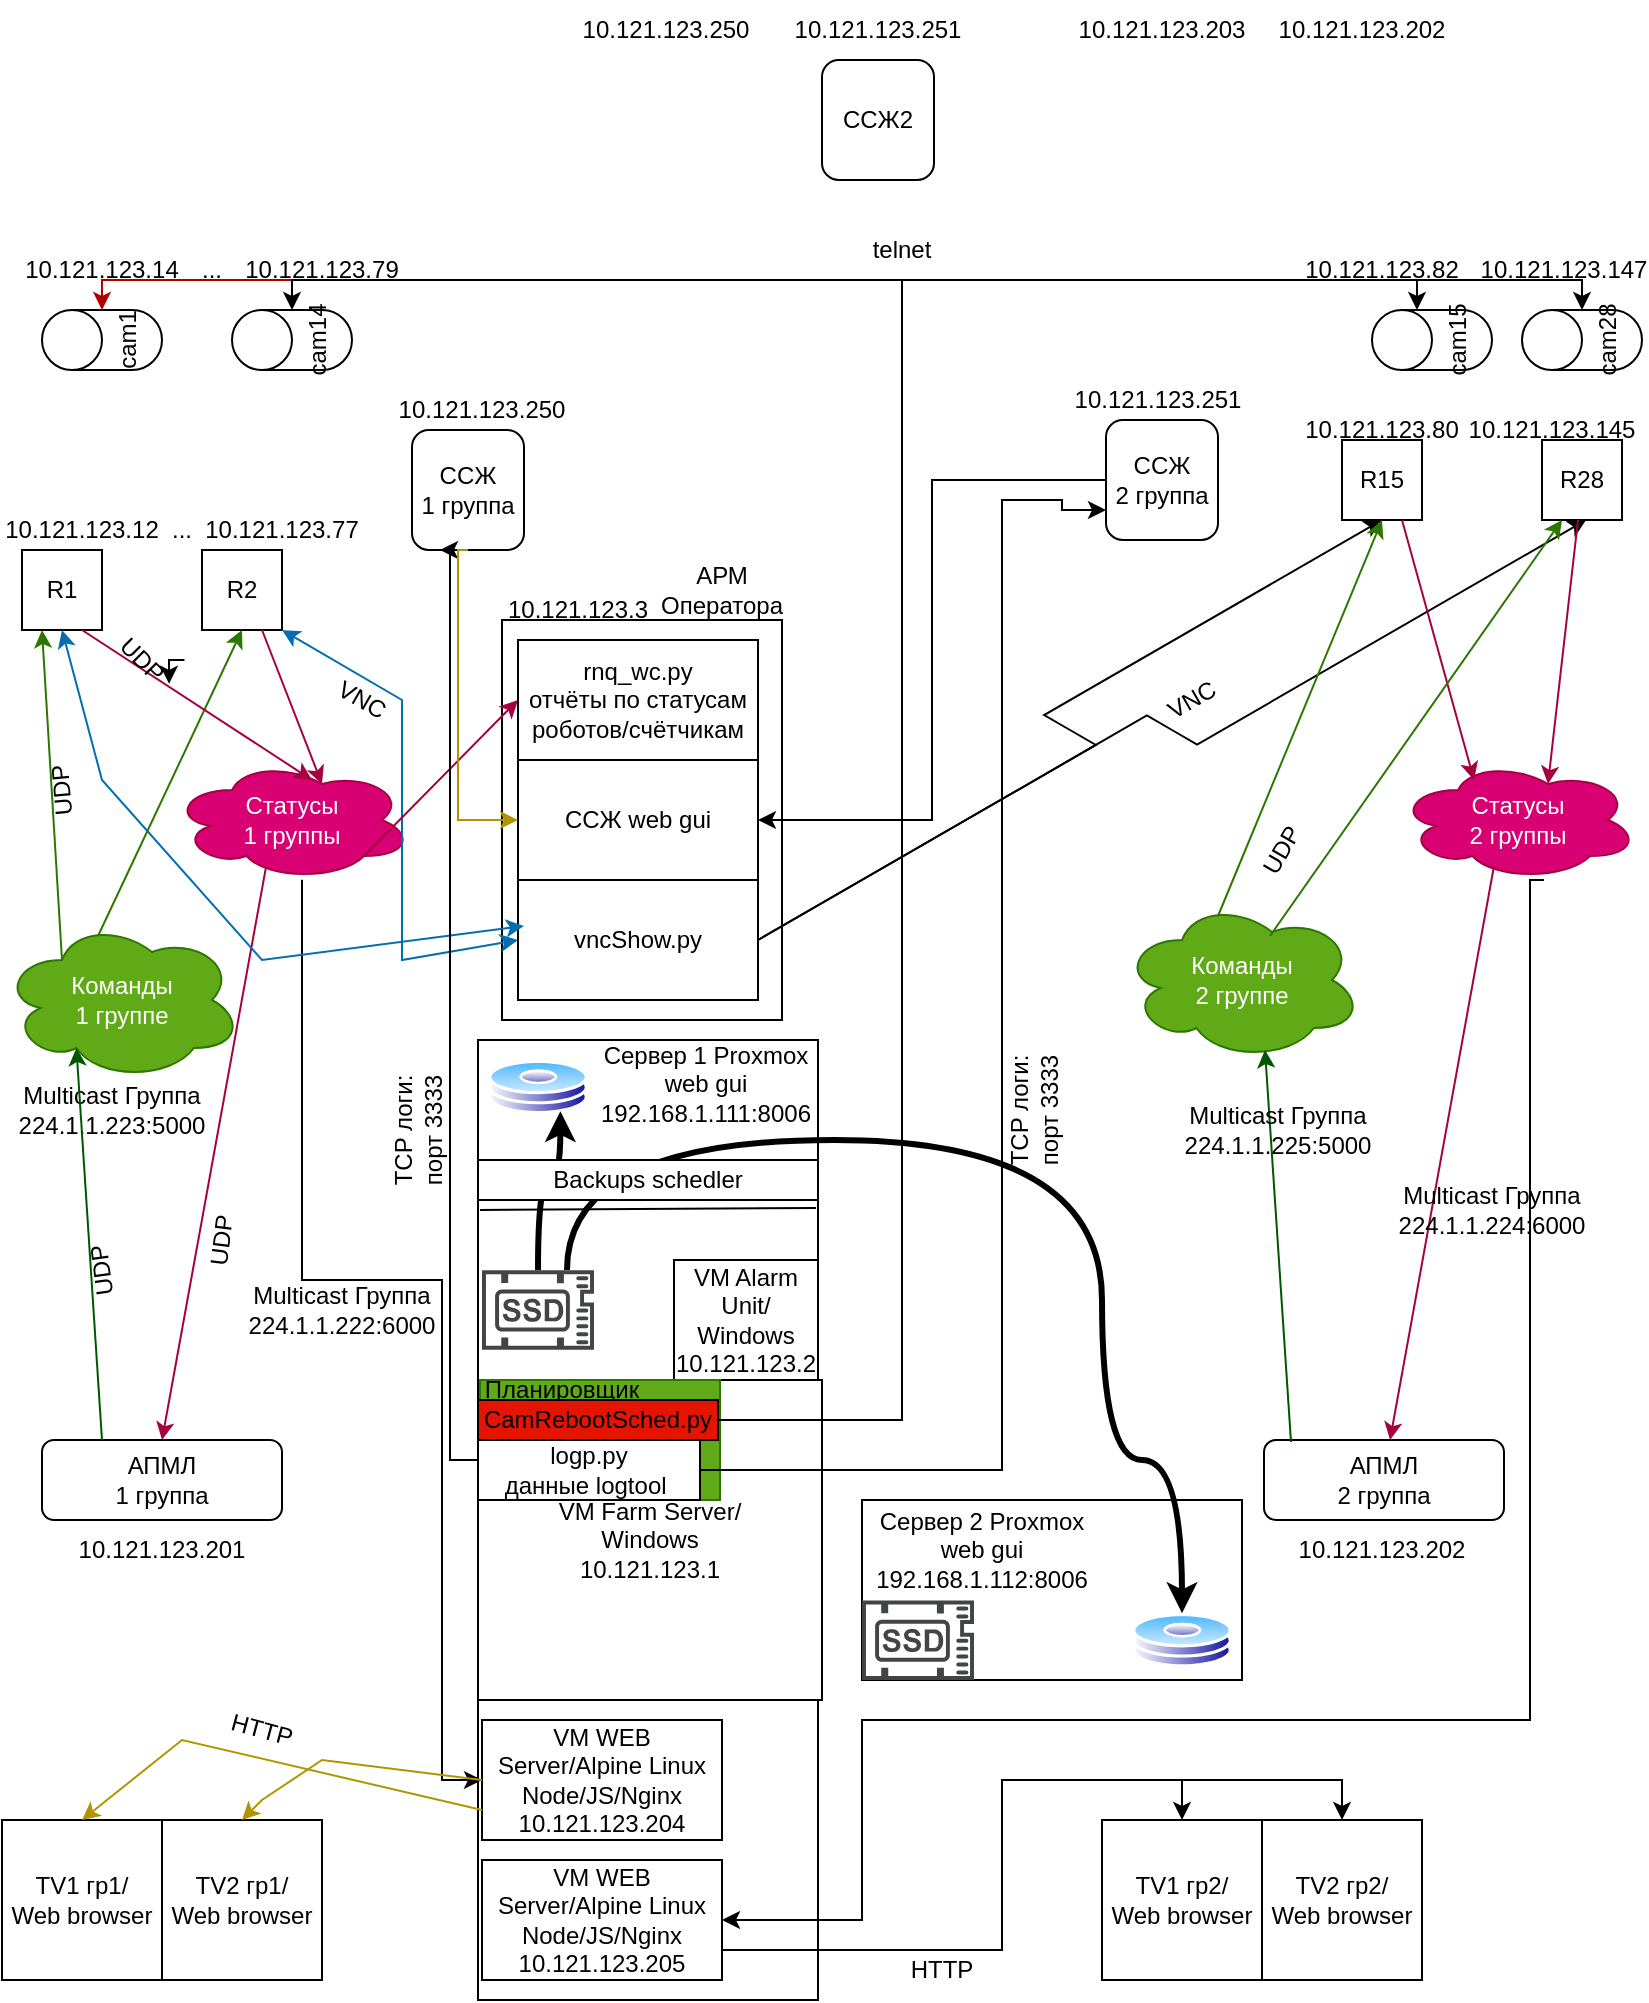
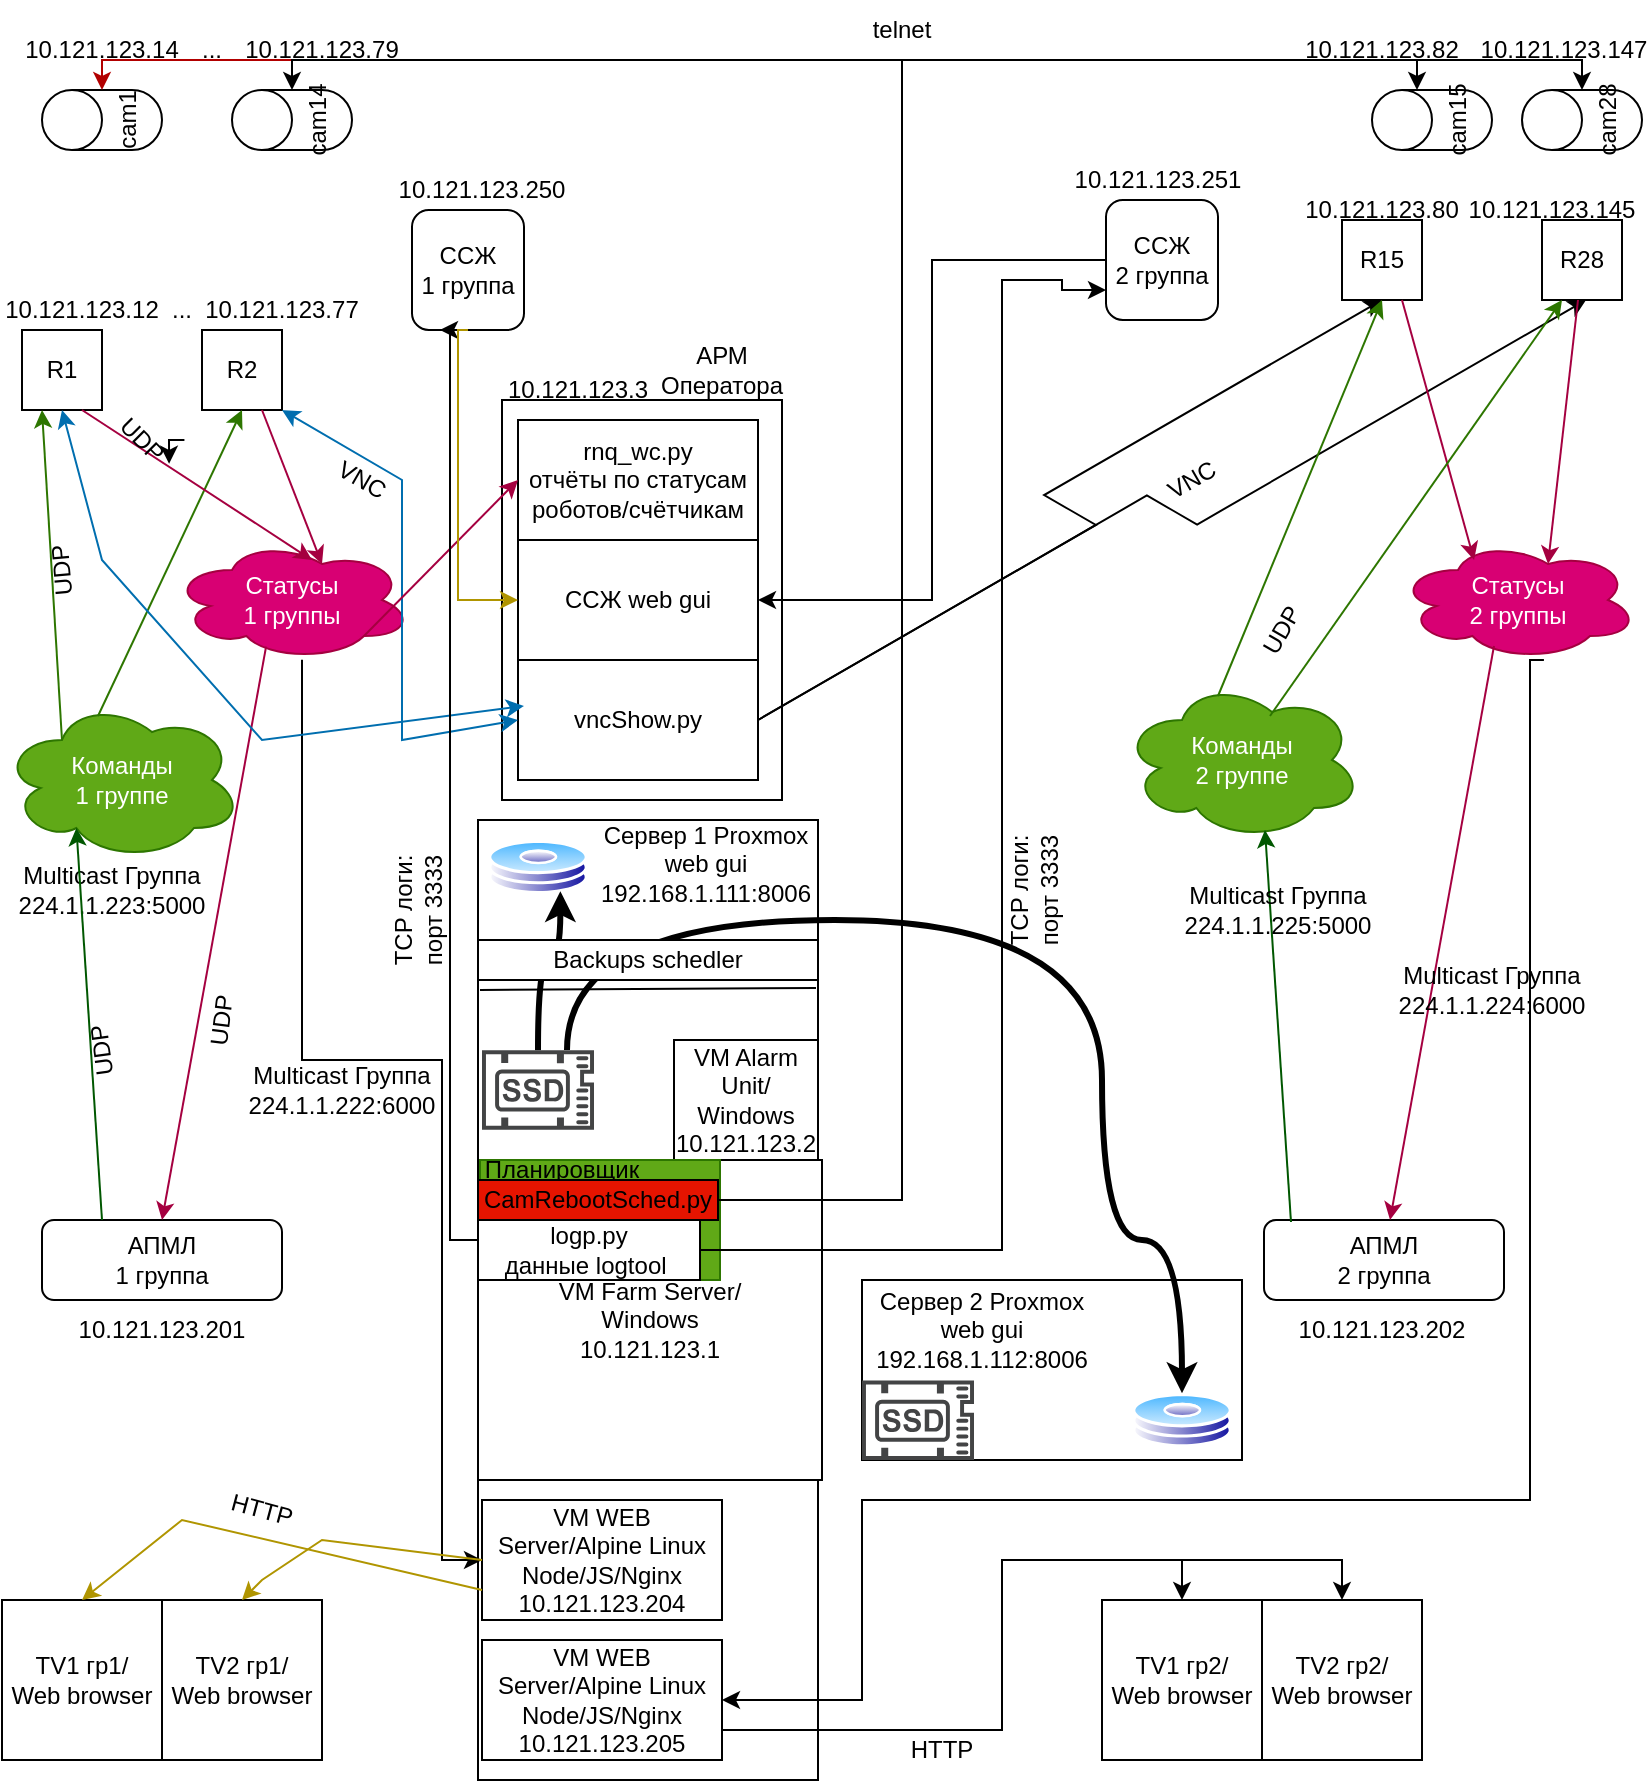
<mxfile host="app.diagrams.net" agent="Mozilla/5.0 (Macintosh; Intel Mac OS X 10_15_7) AppleWebKit/605.1.15 (KHTML, like Gecko) Version/18.4 Safari/605.1.15">
  <diagram name="Common" id="kNre07OXL5QUW6hjHVb_">
-     <mxGraphModel dx="1248" dy="847" grid="1" gridSize="10" guides="1" tooltips="1" connect="1" arrows="1" fold="1" page="1" pageScale="1" pageWidth="827" pageHeight="1169" math="0" shadow="0">
+     <mxGraphModel dx="1783" dy="1210" grid="1" gridSize="10" guides="1" tooltips="1" connect="1" arrows="1" fold="1" page="1" pageScale="1" pageWidth="827" pageHeight="1169" math="0" shadow="0">
      <root>
        <mxCell id="0" />
        <mxCell id="1" parent="0" />
        <mxCell id="9Vli-bCbQJat1Q8ghpv_-9" parent="1" style="rounded=0;whiteSpace=wrap;html=1;" value="" vertex="1">
          <mxGeometry height="480" width="170" x="238" y="580" as="geometry" />
        </mxCell>
        <mxCell id="9Vli-bCbQJat1Q8ghpv_-1" parent="1" style="rounded=0;whiteSpace=wrap;html=1;" value="R1" vertex="1">
          <mxGeometry height="40" width="40" x="10" y="335" as="geometry" />
        </mxCell>
        <mxCell id="9Vli-bCbQJat1Q8ghpv_-2" parent="1" style="rounded=0;whiteSpace=wrap;html=1;" value="R2" vertex="1">
          <mxGeometry height="40" width="40" x="100" y="335" as="geometry" />
        </mxCell>
        <mxCell id="9Vli-bCbQJat1Q8ghpv_-3" parent="1" style="rounded=1;whiteSpace=wrap;html=1;" value="АПМЛ&lt;div&gt;1 группа&lt;/div&gt;" vertex="1">
          <mxGeometry height="40" width="120" x="20" y="780" as="geometry" />
        </mxCell>
        <mxCell id="MIcNWfqu2G7UR8mHNEVn-12" edge="1" parent="1" source="9Vli-bCbQJat1Q8ghpv_-6" style="edgeStyle=orthogonalEdgeStyle;rounded=0;orthogonalLoop=1;jettySize=auto;html=1;entryX=0;entryY=0.5;entryDx=0;entryDy=0;fontColor=light-dark(#000000,#FF00FF);strokeColor=light-dark(#000000,#FFA9E0);" target="9Vli-bCbQJat1Q8ghpv_-14">
          <mxGeometry relative="1" as="geometry">
            <Array as="points">
              <mxPoint x="150" y="700" />
              <mxPoint x="220" y="700" />
              <mxPoint x="220" y="950" />
            </Array>
          </mxGeometry>
        </mxCell>
        <mxCell id="9Vli-bCbQJat1Q8ghpv_-6" parent="1" style="ellipse;shape=cloud;whiteSpace=wrap;html=1;fillColor=#d80073;fontColor=#ffffff;strokeColor=#A50040;" value="Статусы&lt;div&gt;1 группы&lt;/div&gt;" vertex="1">
          <mxGeometry height="60" width="120" x="85" y="440" as="geometry" />
        </mxCell>
        <mxCell id="9Vli-bCbQJat1Q8ghpv_-7" parent="1" style="ellipse;shape=cloud;whiteSpace=wrap;html=1;fillColor=#60a917;fontColor=#ffffff;strokeColor=#2D7600;" value="Команды&lt;div&gt;1 группе&lt;/div&gt;" vertex="1">
          <mxGeometry height="80" width="120" y="520" as="geometry" />
        </mxCell>
        <mxCell id="9Vli-bCbQJat1Q8ghpv_-8" parent="1" style="rounded=1;whiteSpace=wrap;html=1;" value="ССЖ&lt;div&gt;1 группа&lt;/div&gt;" vertex="1">
          <mxGeometry height="60" width="56" x="205" y="275" as="geometry" />
        </mxCell>
        <mxCell id="9Vli-bCbQJat1Q8ghpv_-10" parent="1" style="whiteSpace=wrap;html=1;aspect=fixed;" value="TV2 гр1/&lt;div&gt;Web browser&lt;/div&gt;" vertex="1">
          <mxGeometry height="80" width="80" x="80" y="970" as="geometry" />
        </mxCell>
        <mxCell id="9Vli-bCbQJat1Q8ghpv_-11" edge="1" parent="1" source="9Vli-bCbQJat1Q8ghpv_-2" style="endArrow=classic;html=1;rounded=0;entryX=0.625;entryY=0.2;entryDx=0;entryDy=0;entryPerimeter=0;exitX=0.75;exitY=1;exitDx=0;exitDy=0;fillColor=#d80073;strokeColor=#A50040;" target="9Vli-bCbQJat1Q8ghpv_-6" value="">
          <mxGeometry height="50" relative="1" width="50" as="geometry">
            <mxPoint x="192.5" y="270" as="sourcePoint" />
            <mxPoint x="440" y="450" as="targetPoint" />
          </mxGeometry>
        </mxCell>
        <mxCell id="9Vli-bCbQJat1Q8ghpv_-12" edge="1" parent="1" source="9Vli-bCbQJat1Q8ghpv_-7" style="endArrow=classic;html=1;rounded=0;entryX=0.25;entryY=1;entryDx=0;entryDy=0;exitX=0.25;exitY=0.25;exitDx=0;exitDy=0;exitPerimeter=0;fillColor=#60a917;strokeColor=#2D7600;" target="9Vli-bCbQJat1Q8ghpv_-1" value="">
          <mxGeometry height="50" relative="1" width="50" as="geometry">
            <mxPoint x="390" y="500" as="sourcePoint" />
            <mxPoint x="120" y="270" as="targetPoint" />
          </mxGeometry>
        </mxCell>
        <mxCell id="9Vli-bCbQJat1Q8ghpv_-13" edge="1" parent="1" source="9Vli-bCbQJat1Q8ghpv_-6" style="endArrow=classic;html=1;rounded=0;entryX=0.5;entryY=0;entryDx=0;entryDy=0;exitX=0.392;exitY=0.888;exitDx=0;exitDy=0;exitPerimeter=0;fillColor=#d80073;strokeColor=#A50040;" target="9Vli-bCbQJat1Q8ghpv_-3" value="">
          <mxGeometry height="50" relative="1" width="50" as="geometry">
            <mxPoint x="390" y="500" as="sourcePoint" />
            <mxPoint x="440" y="450" as="targetPoint" />
          </mxGeometry>
        </mxCell>
        <mxCell id="9Vli-bCbQJat1Q8ghpv_-14" parent="1" style="rounded=0;whiteSpace=wrap;html=1;" value="VM WEB&lt;div&gt;Server/Alpine Linux&lt;/div&gt;&lt;div&gt;&lt;div&gt;Node/JS/Nginx&lt;/div&gt;&lt;/div&gt;&lt;div&gt;10.121.123.204&lt;/div&gt;" vertex="1">
          <mxGeometry height="60" width="120" x="240" y="920" as="geometry" />
        </mxCell>
        <mxCell id="9Vli-bCbQJat1Q8ghpv_-15" parent="1" style="rounded=0;whiteSpace=wrap;html=1;" value="VM Alarm Unit/&lt;div&gt;Windows&lt;/div&gt;&lt;div&gt;10.121.123.2&lt;/div&gt;" vertex="1">
          <mxGeometry height="60" width="72" x="336" y="690" as="geometry" />
        </mxCell>
        <mxCell id="9Vli-bCbQJat1Q8ghpv_-16" parent="1" style="rounded=0;whiteSpace=wrap;html=1;fillColor=light-dark(#FFFFFF,#FF0000);" value="VM Farm Server/&lt;div&gt;Windows&lt;/div&gt;&lt;div&gt;10.121.123.1&lt;/div&gt;" vertex="1">
          <mxGeometry height="160" width="172" x="238" y="750" as="geometry" />
        </mxCell>
        <mxCell id="9Vli-bCbQJat1Q8ghpv_-17" parent="1" style="text;html=1;whiteSpace=wrap;strokeColor=none;fillColor=none;align=center;verticalAlign=middle;rounded=0;" value="Сервер 1 Proxmox web gui&lt;div&gt;192.168.1.111:8006&lt;/div&gt;" vertex="1">
          <mxGeometry height="30" width="100" x="302" y="587" as="geometry" />
        </mxCell>
        <mxCell id="9Vli-bCbQJat1Q8ghpv_-18" parent="1" style="rounded=0;whiteSpace=wrap;html=1;fillColor=light-dark(#FFFFFF,#999900);" value="" vertex="1">
          <mxGeometry height="200" width="140" x="250" y="370" as="geometry" />
        </mxCell>
        <mxCell id="9Vli-bCbQJat1Q8ghpv_-19" parent="1" style="text;html=1;whiteSpace=wrap;strokeColor=none;fillColor=none;align=center;verticalAlign=middle;rounded=0;" value="АРМ Оператора" vertex="1">
          <mxGeometry height="30" width="60" x="330" y="340" as="geometry" />
        </mxCell>
        <mxCell id="9Vli-bCbQJat1Q8ghpv_-20" parent="1" style="rounded=0;whiteSpace=wrap;html=1;" value="rnq_wc.py&lt;div&gt;отчёты по статусам роботов/счётчикам&lt;/div&gt;" vertex="1">
          <mxGeometry height="60" width="120" x="258" y="380" as="geometry" />
        </mxCell>
        <mxCell id="MIcNWfqu2G7UR8mHNEVn-50" edge="1" parent="1" source="9Vli-bCbQJat1Q8ghpv_-25" style="edgeStyle=isometricEdgeStyle;rounded=0;orthogonalLoop=1;jettySize=auto;html=1;entryX=0.5;entryY=1;entryDx=0;entryDy=0;exitX=1;exitY=0.5;exitDx=0;exitDy=0;strokeColor=light-dark(#000000,#51AFE7);" target="MIcNWfqu2G7UR8mHNEVn-15">
          <mxGeometry relative="1" as="geometry" />
        </mxCell>
        <mxCell id="MIcNWfqu2G7UR8mHNEVn-51" edge="1" parent="1" source="9Vli-bCbQJat1Q8ghpv_-25" style="edgeStyle=isometricEdgeStyle;rounded=0;orthogonalLoop=1;jettySize=auto;html=1;exitX=1;exitY=0.5;exitDx=0;exitDy=0;strokeColor=light-dark(#000000,#51AFE7);">
          <mxGeometry relative="1" as="geometry">
            <mxPoint x="792" y="320" as="targetPoint" />
          </mxGeometry>
        </mxCell>
        <mxCell id="9Vli-bCbQJat1Q8ghpv_-25" parent="1" style="rounded=0;whiteSpace=wrap;html=1;" value="vncShow.py" vertex="1">
          <mxGeometry height="60" width="120" x="258" y="500" as="geometry" />
        </mxCell>
        <mxCell id="9Vli-bCbQJat1Q8ghpv_-26" edge="1" parent="1" source="9Vli-bCbQJat1Q8ghpv_-25" style="endArrow=classic;startArrow=classic;html=1;rounded=0;exitX=0;exitY=0.5;exitDx=0;exitDy=0;fillColor=#1ba1e2;strokeColor=#006EAF;entryX=1;entryY=1;entryDx=0;entryDy=0;" target="9Vli-bCbQJat1Q8ghpv_-2" value="">
          <mxGeometry height="50" relative="1" width="50" as="geometry">
            <Array as="points">
              <mxPoint x="200" y="540" />
              <mxPoint x="200" y="410" />
            </Array>
            <mxPoint x="390" y="500" as="sourcePoint" />
            <mxPoint x="210" y="120" as="targetPoint" />
          </mxGeometry>
        </mxCell>
        <mxCell id="9Vli-bCbQJat1Q8ghpv_-27" parent="1" style="text;html=1;whiteSpace=wrap;strokeColor=none;fillColor=none;align=center;verticalAlign=middle;rounded=0;rotation=30;fontColor=light-dark(#000000,#51AFE7);" value="VNC" vertex="1">
          <mxGeometry height="30" width="60" x="150" y="395" as="geometry" />
        </mxCell>
        <mxCell id="9Vli-bCbQJat1Q8ghpv_-29" parent="1" style="text;html=1;whiteSpace=wrap;strokeColor=none;fillColor=none;align=center;verticalAlign=middle;rounded=0;fontColor=light-dark(#000000,#4A890C);" value="Multicast Группа 224.1.1.223:5000" vertex="1">
          <mxGeometry height="30" width="60" x="25" y="600" as="geometry" />
        </mxCell>
        <mxCell id="9Vli-bCbQJat1Q8ghpv_-32" parent="1" style="rounded=0;whiteSpace=wrap;html=1;" value="ССЖ web gui" vertex="1">
          <mxGeometry height="60" width="120" x="258" y="440" as="geometry" />
        </mxCell>
        <mxCell id="9Vli-bCbQJat1Q8ghpv_-33" edge="1" parent="1" source="9Vli-bCbQJat1Q8ghpv_-6" style="endArrow=classic;html=1;rounded=0;exitX=0.8;exitY=0.8;exitDx=0;exitDy=0;exitPerimeter=0;entryX=0;entryY=0.5;entryDx=0;entryDy=0;fillColor=#d80073;strokeColor=#A50040;" target="9Vli-bCbQJat1Q8ghpv_-20" value="">
          <mxGeometry height="50" relative="1" width="50" as="geometry">
            <mxPoint x="390" y="530" as="sourcePoint" />
            <mxPoint x="440" y="480" as="targetPoint" />
          </mxGeometry>
        </mxCell>
        <mxCell id="9Vli-bCbQJat1Q8ghpv_-34" edge="1" parent="1" source="9Vli-bCbQJat1Q8ghpv_-3" style="endArrow=classic;html=1;rounded=0;exitX=0.25;exitY=0;exitDx=0;exitDy=0;entryX=0.31;entryY=0.8;entryDx=0;entryDy=0;entryPerimeter=0;fillColor=#008a00;strokeColor=#005700;" target="9Vli-bCbQJat1Q8ghpv_-7" value="">
          <mxGeometry height="50" relative="1" width="50" as="geometry">
            <mxPoint x="390" y="530" as="sourcePoint" />
            <mxPoint x="440" y="480" as="targetPoint" />
          </mxGeometry>
        </mxCell>
        <mxCell id="9Vli-bCbQJat1Q8ghpv_-35" parent="1" style="shape=cylinder3;whiteSpace=wrap;html=1;boundedLbl=1;backgroundOutline=1;size=15;rotation=-90;" value="cam1" vertex="1">
          <mxGeometry height="60" width="30" x="35" y="200" as="geometry" />
        </mxCell>
        <mxCell id="9Vli-bCbQJat1Q8ghpv_-36" parent="1" style="shape=cylinder3;whiteSpace=wrap;html=1;boundedLbl=1;backgroundOutline=1;size=15;rotation=-90;" value="cam14" vertex="1">
          <mxGeometry height="60" width="30" x="130" y="200" as="geometry" />
        </mxCell>
        <mxCell id="9Vli-bCbQJat1Q8ghpv_-39" edge="1" parent="1" source="9Vli-bCbQJat1Q8ghpv_-7" style="endArrow=classic;html=1;rounded=0;exitX=0.4;exitY=0.1;exitDx=0;exitDy=0;exitPerimeter=0;entryX=0.5;entryY=1;entryDx=0;entryDy=0;fillColor=#60a917;strokeColor=#2D7600;" target="9Vli-bCbQJat1Q8ghpv_-2" value="">
          <mxGeometry height="50" relative="1" width="50" as="geometry">
            <mxPoint x="390" y="400" as="sourcePoint" />
            <mxPoint x="440" y="350" as="targetPoint" />
          </mxGeometry>
        </mxCell>
        <mxCell id="9Vli-bCbQJat1Q8ghpv_-40" edge="1" parent="1" source="9Vli-bCbQJat1Q8ghpv_-1" style="endArrow=classic;html=1;rounded=0;entryX=0.75;entryY=1;entryDx=0;entryDy=0;fillColor=#d80073;strokeColor=#A50040;exitX=0.75;exitY=1;exitDx=0;exitDy=0;" value="">
          <mxGeometry height="50" relative="1" width="50" as="geometry">
            <mxPoint x="150" y="120" as="sourcePoint" />
            <mxPoint x="155" y="450" as="targetPoint" />
          </mxGeometry>
        </mxCell>
        <mxCell id="9Vli-bCbQJat1Q8ghpv_-41" edge="1" parent="1" source="9Vli-bCbQJat1Q8ghpv_-25" style="endArrow=classic;startArrow=classic;html=1;rounded=0;exitX=0.025;exitY=0.383;exitDx=0;exitDy=0;exitPerimeter=0;fillColor=#1ba1e2;strokeColor=#006EAF;entryX=0.5;entryY=1;entryDx=0;entryDy=0;" target="9Vli-bCbQJat1Q8ghpv_-1" value="">
          <mxGeometry height="50" relative="1" width="50" as="geometry">
            <Array as="points">
              <mxPoint x="130" y="540" />
              <mxPoint x="50" y="450" />
            </Array>
            <mxPoint x="170" y="670" as="sourcePoint" />
            <mxPoint x="140" y="120" as="targetPoint" />
          </mxGeometry>
        </mxCell>
        <mxCell id="9Vli-bCbQJat1Q8ghpv_-45" parent="1" style="text;html=1;whiteSpace=wrap;strokeColor=none;fillColor=none;align=center;verticalAlign=middle;rounded=0;rotation=0;fontColor=light-dark(#000000,#FFACAC);" value="telnet" vertex="1">
          <mxGeometry height="30" width="60" x="420" y="170" as="geometry" />
        </mxCell>
        <mxCell id="9Vli-bCbQJat1Q8ghpv_-50" edge="1" parent="1" source="9Vli-bCbQJat1Q8ghpv_-14" style="endArrow=classic;html=1;rounded=0;exitX=0;exitY=0.5;exitDx=0;exitDy=0;entryX=0.5;entryY=0;entryDx=0;entryDy=0;fillColor=#e3c800;strokeColor=#B09500;" target="9Vli-bCbQJat1Q8ghpv_-10" value="">
          <mxGeometry height="50" relative="1" width="50" as="geometry">
            <Array as="points">
              <mxPoint x="160" y="940" />
              <mxPoint x="130" y="960" />
            </Array>
            <mxPoint x="390" y="460" as="sourcePoint" />
            <mxPoint x="440" y="410" as="targetPoint" />
          </mxGeometry>
        </mxCell>
        <mxCell id="9Vli-bCbQJat1Q8ghpv_-53" parent="1" style="text;html=1;whiteSpace=wrap;strokeColor=none;fillColor=none;align=center;verticalAlign=middle;rounded=0;rotation=-90;" value="TCP логи: порт 3333" vertex="1">
          <mxGeometry height="30" width="60" x="178" y="610" as="geometry" />
        </mxCell>
        <mxCell id="pDRP3hoOsNH6IqBBJrl4-1" parent="1" style="text;html=1;whiteSpace=wrap;strokeColor=none;fillColor=none;align=center;verticalAlign=middle;rounded=0;" value="10.121.123.3" vertex="1">
          <mxGeometry height="30" width="60" x="258" y="350" as="geometry" />
        </mxCell>
        <mxCell id="pDRP3hoOsNH6IqBBJrl4-2" parent="1" style="text;html=1;whiteSpace=wrap;strokeColor=none;fillColor=none;align=center;verticalAlign=middle;rounded=0;" value="10.121.123.201" vertex="1">
          <mxGeometry height="30" width="60" x="50" y="820" as="geometry" />
        </mxCell>
        <mxCell id="pDRP3hoOsNH6IqBBJrl4-3" parent="1" style="text;html=1;whiteSpace=wrap;strokeColor=none;fillColor=none;align=center;verticalAlign=middle;rounded=0;" value="10.121.123.12" vertex="1">
          <mxGeometry height="30" width="60" x="10" y="310" as="geometry" />
        </mxCell>
        <mxCell id="pDRP3hoOsNH6IqBBJrl4-4" parent="1" style="text;html=1;whiteSpace=wrap;strokeColor=none;fillColor=none;align=center;verticalAlign=middle;rounded=0;" value="10.121.123.77" vertex="1">
          <mxGeometry height="30" width="60" x="110" y="310" as="geometry" />
        </mxCell>
        <mxCell id="pDRP3hoOsNH6IqBBJrl4-5" parent="1" style="text;html=1;whiteSpace=wrap;strokeColor=none;fillColor=none;align=center;verticalAlign=middle;rounded=0;" value="10.121.123.14" vertex="1">
          <mxGeometry height="30" width="60" x="20" y="180" as="geometry" />
        </mxCell>
-         <mxCell id="pDRP3hoOsNH6IqBBJrl4-7" parent="1" style="text;html=1;whiteSpace=wrap;strokeColor=none;fillColor=none;align=center;verticalAlign=middle;rounded=0;" value="10.121.123.202" vertex="1">
-           <mxGeometry height="30" width="60" x="650" y="60" as="geometry" />
-         </mxCell>
-         <mxCell id="pDRP3hoOsNH6IqBBJrl4-8" parent="1" style="text;html=1;whiteSpace=wrap;strokeColor=none;fillColor=none;align=center;verticalAlign=middle;rounded=0;" value="10.121.123.250" vertex="1">
-           <mxGeometry height="30" width="60" x="302" y="60" as="geometry" />
-         </mxCell>
        <mxCell id="pDRP3hoOsNH6IqBBJrl4-9" parent="1" style="whiteSpace=wrap;html=1;aspect=fixed;" value="TV1 гр1/&lt;div&gt;Web browser&lt;/div&gt;" vertex="1">
          <mxGeometry height="80" width="80" y="970" as="geometry" />
        </mxCell>
        <mxCell id="pDRP3hoOsNH6IqBBJrl4-10" edge="1" parent="1" source="9Vli-bCbQJat1Q8ghpv_-14" style="endArrow=classic;html=1;rounded=0;exitX=0;exitY=0.75;exitDx=0;exitDy=0;fillColor=#e3c800;strokeColor=#B09500;entryX=0.5;entryY=0;entryDx=0;entryDy=0;" target="pDRP3hoOsNH6IqBBJrl4-9" value="">
          <mxGeometry height="50" relative="1" width="50" as="geometry">
            <Array as="points">
              <mxPoint x="90" y="930" />
            </Array>
            <mxPoint x="540" y="810" as="sourcePoint" />
            <mxPoint x="580" y="170" as="targetPoint" />
          </mxGeometry>
        </mxCell>
        <mxCell id="pDRP3hoOsNH6IqBBJrl4-11" parent="1" style="text;html=1;whiteSpace=wrap;strokeColor=none;fillColor=none;align=center;verticalAlign=middle;rounded=0;rotation=15;fontColor=light-dark(#000000,#AA7942);" value="HTTP" vertex="1">
          <mxGeometry height="30" width="60" x="99.99599361155867" y="910.0010807734623" as="geometry" />
        </mxCell>
        <mxCell id="pDRP3hoOsNH6IqBBJrl4-13" parent="1" style="text;html=1;whiteSpace=wrap;strokeColor=none;fillColor=none;align=center;verticalAlign=middle;rounded=0;rotation=-82.9;fontColor=light-dark(#000000,#FFA9E0);" value="UDP" vertex="1">
          <mxGeometry height="30" width="60" x="79.99895525537022" y="665.001561625191" as="geometry" />
        </mxCell>
        <mxCell id="pDRP3hoOsNH6IqBBJrl4-14" parent="1" style="text;html=1;whiteSpace=wrap;strokeColor=none;fillColor=none;align=center;verticalAlign=middle;rounded=0;rotation=-97.7;fontColor=light-dark(#000000,#4A890C);" value="UDP" vertex="1">
          <mxGeometry height="30" width="60" x="20.003023370497118" y="680.003980287672" as="geometry" />
        </mxCell>
        <mxCell id="pDRP3hoOsNH6IqBBJrl4-15" parent="1" style="text;html=1;whiteSpace=wrap;strokeColor=none;fillColor=none;align=center;verticalAlign=middle;rounded=0;rotation=45;fontColor=light-dark(#000000,#FF40FF);" value="UDP" vertex="1">
          <mxGeometry height="30" width="60" x="39.99433355827131" y="374.9992887727194" as="geometry" />
        </mxCell>
        <mxCell id="pDRP3hoOsNH6IqBBJrl4-16" parent="1" style="text;html=1;whiteSpace=wrap;strokeColor=none;fillColor=none;align=center;verticalAlign=middle;rounded=0;rotation=-95;fontColor=light-dark(#000000,#669C35);" value="UDP" vertex="1">
          <mxGeometry height="30" width="60" x="0.0034587474116563044" y="440.00006046520986" as="geometry" />
        </mxCell>
        <mxCell id="pDRP3hoOsNH6IqBBJrl4-17" parent="1" style="text;html=1;whiteSpace=wrap;strokeColor=none;fillColor=none;align=center;verticalAlign=middle;rounded=0;" value="..." vertex="1">
          <mxGeometry height="30" width="60" x="75" y="180" as="geometry" />
        </mxCell>
        <mxCell id="pDRP3hoOsNH6IqBBJrl4-19" parent="1" style="text;html=1;whiteSpace=wrap;strokeColor=none;fillColor=none;align=center;verticalAlign=middle;rounded=0;" value="..." vertex="1">
          <mxGeometry height="30" width="60" x="60" y="310" as="geometry" />
        </mxCell>
-         <mxCell id="RY_e6USZ5wNnN9YbCOju-1" parent="1" style="text;html=1;whiteSpace=wrap;strokeColor=none;fillColor=none;align=center;verticalAlign=middle;rounded=0;" value="10.121.123.203" vertex="1">
-           <mxGeometry height="30" width="60" x="550" y="60" as="geometry" />
-         </mxCell>
        <mxCell id="gUFCSbxJNFJtdSgufsqY-6" edge="1" parent="1" source="9Vli-bCbQJat1Q8ghpv_-22" style="edgeStyle=orthogonalEdgeStyle;rounded=0;orthogonalLoop=1;jettySize=auto;html=1;entryX=0.25;entryY=1;entryDx=0;entryDy=0;" target="9Vli-bCbQJat1Q8ghpv_-8">
          <mxGeometry relative="1" as="geometry">
            <Array as="points">
              <mxPoint x="224" y="790" />
            </Array>
          </mxGeometry>
-         </mxCell>
-         <mxCell id="MIcNWfqu2G7UR8mHNEVn-1" parent="1" style="rounded=1;whiteSpace=wrap;html=1;" value="ССЖ2" vertex="1">
-           <mxGeometry height="60" width="56" x="410" y="90" as="geometry" />
-         </mxCell>
-         <mxCell id="MIcNWfqu2G7UR8mHNEVn-3" parent="1" style="text;html=1;whiteSpace=wrap;strokeColor=none;fillColor=none;align=center;verticalAlign=middle;rounded=0;" value="10.121.123.251" vertex="1">
-           <mxGeometry height="30" width="60" x="408" y="60" as="geometry" />
        </mxCell>
        <mxCell id="MIcNWfqu2G7UR8mHNEVn-4" edge="1" parent="1" source="9Vli-bCbQJat1Q8ghpv_-21" style="edgeStyle=orthogonalEdgeStyle;rounded=0;orthogonalLoop=1;jettySize=auto;html=1;exitX=1;exitY=0.5;exitDx=0;exitDy=0;entryX=1;entryY=0.5;entryDx=0;entryDy=0;entryPerimeter=0;fillColor=#e51400;strokeColor=#B20000;" target="9Vli-bCbQJat1Q8ghpv_-35" value="">
          <mxGeometry relative="1" as="geometry">
            <Array as="points">
              <mxPoint x="450" y="770" />
              <mxPoint x="450" y="200" />
              <mxPoint x="50" y="200" />
            </Array>
            <mxPoint x="760" y="650" as="sourcePoint" />
            <mxPoint x="158" y="215" as="targetPoint" />
          </mxGeometry>
        </mxCell>
        <mxCell id="pDRP3hoOsNH6IqBBJrl4-6" parent="1" style="text;html=1;whiteSpace=wrap;strokeColor=none;fillColor=none;align=center;verticalAlign=middle;rounded=0;" value="10.121.123.79" vertex="1">
          <mxGeometry height="30" width="60" x="130" y="180" as="geometry" />
        </mxCell>
        <mxCell id="MIcNWfqu2G7UR8mHNEVn-59" edge="1" parent="1" source="MIcNWfqu2G7UR8mHNEVn-5" style="edgeStyle=orthogonalEdgeStyle;rounded=0;orthogonalLoop=1;jettySize=auto;html=1;entryX=0.5;entryY=0;entryDx=0;entryDy=0;exitX=1;exitY=0.75;exitDx=0;exitDy=0;strokeColor=light-dark(#000000,#8D7600);" target="MIcNWfqu2G7UR8mHNEVn-32">
          <mxGeometry relative="1" as="geometry">
            <Array as="points">
              <mxPoint x="500" y="1035" />
              <mxPoint x="500" y="950" />
              <mxPoint x="590" y="950" />
            </Array>
          </mxGeometry>
        </mxCell>
        <mxCell id="MIcNWfqu2G7UR8mHNEVn-60" edge="1" parent="1" source="MIcNWfqu2G7UR8mHNEVn-5" style="edgeStyle=orthogonalEdgeStyle;rounded=0;orthogonalLoop=1;jettySize=auto;html=1;entryX=0.5;entryY=0;entryDx=0;entryDy=0;exitX=1;exitY=0.75;exitDx=0;exitDy=0;strokeColor=light-dark(#000000,#8D7600);" target="MIcNWfqu2G7UR8mHNEVn-33">
          <mxGeometry relative="1" as="geometry">
            <Array as="points">
              <mxPoint x="500" y="1035" />
              <mxPoint x="500" y="950" />
              <mxPoint x="670" y="950" />
            </Array>
          </mxGeometry>
        </mxCell>
        <mxCell id="MIcNWfqu2G7UR8mHNEVn-5" parent="1" style="rounded=0;whiteSpace=wrap;html=1;" value="VM WEB&lt;div&gt;Server/Alpine Linux&lt;/div&gt;&lt;div&gt;Node/JS/Nginx&lt;/div&gt;&lt;div&gt;10.121.123.205&lt;/div&gt;" vertex="1">
          <mxGeometry height="60" width="120" x="240" y="990" as="geometry" />
        </mxCell>
        <mxCell id="9Vli-bCbQJat1Q8ghpv_-52" edge="1" parent="1" source="9Vli-bCbQJat1Q8ghpv_-8" style="edgeStyle=orthogonalEdgeStyle;rounded=0;orthogonalLoop=1;jettySize=auto;html=1;entryX=0;entryY=0.5;entryDx=0;entryDy=0;fillColor=#e3c800;strokeColor=#B09500;exitX=0.5;exitY=1;exitDx=0;exitDy=0;" target="9Vli-bCbQJat1Q8ghpv_-32">
          <mxGeometry relative="1" as="geometry">
            <Array as="points">
              <mxPoint x="228" y="470" />
            </Array>
          </mxGeometry>
        </mxCell>
        <mxCell id="9Vli-bCbQJat1Q8ghpv_-42" parent="1" style="text;html=1;whiteSpace=wrap;strokeColor=none;fillColor=none;align=center;verticalAlign=middle;rounded=0;fontColor=light-dark(#000000,#FFA9E0);" value="Multicast Группа 224.1.1.222:6000" vertex="1">
          <mxGeometry height="30" width="60" x="140" y="700" as="geometry" />
        </mxCell>
        <mxCell id="gUFCSbxJNFJtdSgufsqY-3" parent="1" style="rounded=0;whiteSpace=wrap;html=1;fillColor=#60a917;fontColor=#ffffff;strokeColor=#2D7600;" value="" vertex="1">
          <mxGeometry height="60" width="120" x="239" y="750" as="geometry" />
        </mxCell>
        <mxCell id="gUFCSbxJNFJtdSgufsqY-4" parent="1" style="text;html=1;whiteSpace=wrap;strokeColor=none;fillColor=none;align=center;verticalAlign=middle;rounded=0;rotation=0;" value="Планировщик" vertex="1">
          <mxGeometry height="30" width="60" x="250" y="740" as="geometry" />
        </mxCell>
        <mxCell id="9Vli-bCbQJat1Q8ghpv_-21" parent="1" style="rounded=0;whiteSpace=wrap;html=1;fillColor=#E51400;fontColor=#000000;" value="&lt;span style=&quot;color: light-dark(rgb(0, 0, 0), rgb(0, 0, 0));&quot;&gt;CamRebootSched.py&lt;/span&gt;" vertex="1">
          <mxGeometry height="20" width="120" x="238" y="760" as="geometry" />
        </mxCell>
        <mxCell id="MIcNWfqu2G7UR8mHNEVn-11" parent="1" style="text;html=1;whiteSpace=wrap;strokeColor=none;fillColor=none;align=center;verticalAlign=middle;rounded=0;" value="10.121.123.250" vertex="1">
          <mxGeometry height="30" width="60" x="210" y="250" as="geometry" />
        </mxCell>
        <mxCell id="MIcNWfqu2G7UR8mHNEVn-19" edge="1" parent="1" source="9Vli-bCbQJat1Q8ghpv_-22" style="edgeStyle=orthogonalEdgeStyle;rounded=0;orthogonalLoop=1;jettySize=auto;html=1;entryX=0;entryY=0.75;entryDx=0;entryDy=0;" target="MIcNWfqu2G7UR8mHNEVn-16">
          <mxGeometry relative="1" as="geometry">
            <Array as="points">
              <mxPoint x="500" y="795" />
              <mxPoint x="500" y="310" />
              <mxPoint x="530" y="310" />
              <mxPoint x="530" y="315" />
            </Array>
          </mxGeometry>
        </mxCell>
        <mxCell id="9Vli-bCbQJat1Q8ghpv_-22" parent="1" style="rounded=0;whiteSpace=wrap;html=1;" value="logp.py&lt;div&gt;данные logtool&amp;nbsp;&lt;/div&gt;" vertex="1">
          <mxGeometry height="30" width="111" x="238" y="780" as="geometry" />
        </mxCell>
        <mxCell id="MIcNWfqu2G7UR8mHNEVn-14" parent="1" style="rounded=0;whiteSpace=wrap;html=1;" value="R28" vertex="1">
          <mxGeometry height="40" width="40" x="770" y="280" as="geometry" />
        </mxCell>
        <mxCell id="MIcNWfqu2G7UR8mHNEVn-15" parent="1" style="rounded=0;whiteSpace=wrap;html=1;" value="R15" vertex="1">
          <mxGeometry height="40" width="40" x="670" y="280" as="geometry" />
        </mxCell>
        <mxCell id="MIcNWfqu2G7UR8mHNEVn-21" edge="1" parent="1" source="MIcNWfqu2G7UR8mHNEVn-16" style="edgeStyle=orthogonalEdgeStyle;rounded=0;orthogonalLoop=1;jettySize=auto;html=1;entryX=1;entryY=0.5;entryDx=0;entryDy=0;strokeColor=light-dark(#000000,#8D7600);" target="9Vli-bCbQJat1Q8ghpv_-32">
          <mxGeometry relative="1" as="geometry" />
        </mxCell>
        <mxCell id="MIcNWfqu2G7UR8mHNEVn-16" parent="1" style="rounded=1;whiteSpace=wrap;html=1;" value="ССЖ&lt;div&gt;2 группа&lt;/div&gt;" vertex="1">
          <mxGeometry height="60" width="56" x="552" y="270" as="geometry" />
        </mxCell>
        <mxCell id="MIcNWfqu2G7UR8mHNEVn-18" parent="1" style="text;html=1;whiteSpace=wrap;strokeColor=none;fillColor=none;align=center;verticalAlign=middle;rounded=0;" value="10.121.123.251" vertex="1">
          <mxGeometry height="30" width="60" x="548" y="245" as="geometry" />
        </mxCell>
        <mxCell id="MIcNWfqu2G7UR8mHNEVn-20" parent="1" style="text;html=1;whiteSpace=wrap;strokeColor=none;fillColor=none;align=center;verticalAlign=middle;rounded=0;rotation=-90;" value="TCP логи: порт 3333" vertex="1">
          <mxGeometry height="30" width="60" x="486" y="600" as="geometry" />
        </mxCell>
        <mxCell id="MIcNWfqu2G7UR8mHNEVn-22" parent="1" style="shape=cylinder3;whiteSpace=wrap;html=1;boundedLbl=1;backgroundOutline=1;size=15;rotation=-90;" value="cam15" vertex="1">
          <mxGeometry height="60" width="30" x="700" y="200" as="geometry" />
        </mxCell>
        <mxCell id="MIcNWfqu2G7UR8mHNEVn-23" parent="1" style="shape=cylinder3;whiteSpace=wrap;html=1;boundedLbl=1;backgroundOutline=1;size=15;rotation=-90;" value="cam28" vertex="1">
          <mxGeometry height="60" width="30" x="775" y="200" as="geometry" />
        </mxCell>
        <mxCell id="MIcNWfqu2G7UR8mHNEVn-24" parent="1" style="rounded=1;whiteSpace=wrap;html=1;" value="АПМЛ&lt;div&gt;2 группа&lt;/div&gt;" vertex="1">
          <mxGeometry height="40" width="120" x="631" y="780" as="geometry" />
        </mxCell>
        <mxCell id="MIcNWfqu2G7UR8mHNEVn-25" parent="1" style="text;html=1;whiteSpace=wrap;strokeColor=none;fillColor=none;align=center;verticalAlign=middle;rounded=0;" value="10.121.123.202" vertex="1">
          <mxGeometry height="30" width="60" x="660" y="820" as="geometry" />
        </mxCell>
        <mxCell id="MIcNWfqu2G7UR8mHNEVn-26" parent="1" style="ellipse;shape=cloud;whiteSpace=wrap;html=1;fillColor=#60a917;fontColor=#ffffff;strokeColor=#2D7600;" value="Команды&lt;div&gt;2 группе&lt;/div&gt;" vertex="1">
          <mxGeometry height="80" width="120" x="560" y="510" as="geometry" />
        </mxCell>
        <mxCell id="MIcNWfqu2G7UR8mHNEVn-27" parent="1" style="ellipse;shape=cloud;whiteSpace=wrap;html=1;fillColor=#d80073;fontColor=#ffffff;strokeColor=#A50040;" value="Статусы&lt;div&gt;2 группы&lt;/div&gt;" vertex="1">
          <mxGeometry height="60" width="120" x="698" y="440" as="geometry" />
        </mxCell>
        <mxCell id="MIcNWfqu2G7UR8mHNEVn-28" edge="1" parent="1" style="endArrow=classic;html=1;rounded=0;exitX=0.25;exitY=0;exitDx=0;exitDy=0;entryX=0.31;entryY=0.8;entryDx=0;entryDy=0;entryPerimeter=0;fillColor=#008a00;strokeColor=#005700;" value="">
          <mxGeometry height="50" relative="1" width="50" as="geometry">
            <mxPoint x="644.5" y="781" as="sourcePoint" />
            <mxPoint x="631.5" y="585" as="targetPoint" />
          </mxGeometry>
        </mxCell>
        <mxCell id="MIcNWfqu2G7UR8mHNEVn-29" edge="1" parent="1" style="endArrow=classic;html=1;rounded=0;entryX=0.5;entryY=0;entryDx=0;entryDy=0;exitX=0.392;exitY=0.888;exitDx=0;exitDy=0;exitPerimeter=0;fillColor=#d80073;strokeColor=#A50040;" value="">
          <mxGeometry height="50" relative="1" width="50" as="geometry">
            <mxPoint x="746" y="493" as="sourcePoint" />
            <mxPoint x="694" y="780" as="targetPoint" />
          </mxGeometry>
        </mxCell>
        <mxCell id="MIcNWfqu2G7UR8mHNEVn-32" parent="1" style="whiteSpace=wrap;html=1;aspect=fixed;" value="TV1 гр2/&lt;div&gt;Web browser&lt;/div&gt;" vertex="1">
          <mxGeometry height="80" width="80" x="550" y="970" as="geometry" />
        </mxCell>
        <mxCell id="MIcNWfqu2G7UR8mHNEVn-33" parent="1" style="whiteSpace=wrap;html=1;aspect=fixed;" value="TV2 гр2/&lt;div&gt;Web browser&lt;/div&gt;" vertex="1">
          <mxGeometry height="80" width="80" x="630" y="970" as="geometry" />
        </mxCell>
        <mxCell id="MIcNWfqu2G7UR8mHNEVn-34" parent="1" style="rounded=0;whiteSpace=wrap;html=1;" value="" vertex="1">
          <mxGeometry height="90" width="190" x="430" y="810" as="geometry" />
        </mxCell>
        <mxCell id="MIcNWfqu2G7UR8mHNEVn-35" parent="1" style="text;html=1;whiteSpace=wrap;strokeColor=none;fillColor=none;align=center;verticalAlign=middle;rounded=0;" value="Сервер 2 Proxmox web gui&lt;div&gt;192.168.1.112:8006&lt;/div&gt;" vertex="1">
          <mxGeometry height="30" width="100" x="440" y="820" as="geometry" />
        </mxCell>
        <mxCell id="MIcNWfqu2G7UR8mHNEVn-36" parent="1" style="image;aspect=fixed;perimeter=ellipsePerimeter;html=1;align=center;shadow=0;dashed=0;spacingTop=3;image=img/lib/active_directory/hard_disk.svg;" value="" vertex="1">
          <mxGeometry height="27" width="50" x="565" y="866.62" as="geometry" />
        </mxCell>
        <mxCell id="MIcNWfqu2G7UR8mHNEVn-37" parent="1" style="image;aspect=fixed;perimeter=ellipsePerimeter;html=1;align=center;shadow=0;dashed=0;spacingTop=3;image=img/lib/active_directory/hard_disk.svg;" value="" vertex="1">
          <mxGeometry height="27" width="50" x="243" y="590" as="geometry" />
        </mxCell>
        <mxCell id="MIcNWfqu2G7UR8mHNEVn-74" edge="1" parent="1" source="MIcNWfqu2G7UR8mHNEVn-39" style="edgeStyle=orthogonalEdgeStyle;rounded=0;orthogonalLoop=1;jettySize=auto;html=1;entryX=0.75;entryY=1;entryDx=0;entryDy=0;curved=1;strokeColor=light-dark(#000000,#0000FF);strokeWidth=3;" target="MIcNWfqu2G7UR8mHNEVn-37">
          <mxGeometry relative="1" as="geometry">
            <Array as="points">
              <mxPoint x="268" y="650" />
              <mxPoint x="279" y="650" />
            </Array>
          </mxGeometry>
        </mxCell>
        <mxCell id="MIcNWfqu2G7UR8mHNEVn-39" parent="1" style="sketch=0;pointerEvents=1;shadow=0;dashed=0;html=1;strokeColor=none;fillColor=#434445;aspect=fixed;labelPosition=center;verticalLabelPosition=bottom;verticalAlign=top;align=center;outlineConnect=0;shape=mxgraph.vvd.ssd;" value="" vertex="1">
          <mxGeometry height="39.76" width="56" x="240" y="695.12" as="geometry" />
        </mxCell>
        <mxCell id="MIcNWfqu2G7UR8mHNEVn-40" parent="1" style="sketch=0;pointerEvents=1;shadow=0;dashed=0;html=1;strokeColor=none;fillColor=#434445;aspect=fixed;labelPosition=center;verticalLabelPosition=bottom;verticalAlign=top;align=center;outlineConnect=0;shape=mxgraph.vvd.ssd;" value="" vertex="1">
          <mxGeometry height="39.76" width="56" x="430" y="860.24" as="geometry" />
        </mxCell>
        <mxCell id="MIcNWfqu2G7UR8mHNEVn-41" edge="1" parent="1" source="9Vli-bCbQJat1Q8ghpv_-21" style="edgeStyle=orthogonalEdgeStyle;rounded=0;orthogonalLoop=1;jettySize=auto;html=1;entryX=1;entryY=0;entryDx=0;entryDy=22.5;entryPerimeter=0;strokeColor=light-dark(#000000,#FFACAC);" target="MIcNWfqu2G7UR8mHNEVn-22">
          <mxGeometry relative="1" as="geometry">
            <Array as="points">
              <mxPoint x="450" y="770" />
              <mxPoint x="450" y="200" />
              <mxPoint x="708" y="200" />
            </Array>
          </mxGeometry>
        </mxCell>
        <mxCell id="MIcNWfqu2G7UR8mHNEVn-42" edge="1" parent="1" source="9Vli-bCbQJat1Q8ghpv_-21" style="edgeStyle=orthogonalEdgeStyle;rounded=0;orthogonalLoop=1;jettySize=auto;html=1;entryX=1;entryY=0.5;entryDx=0;entryDy=0;entryPerimeter=0;strokeColor=light-dark(#000000,#FFACAC);" target="MIcNWfqu2G7UR8mHNEVn-23">
          <mxGeometry relative="1" as="geometry">
            <Array as="points">
              <mxPoint x="450" y="770" />
              <mxPoint x="450" y="200" />
              <mxPoint x="790" y="200" />
            </Array>
          </mxGeometry>
        </mxCell>
        <mxCell id="MIcNWfqu2G7UR8mHNEVn-43" parent="1" style="text;html=1;whiteSpace=wrap;strokeColor=none;fillColor=none;align=center;verticalAlign=middle;rounded=0;" value="10.121.123.82" vertex="1">
          <mxGeometry height="30" width="60" x="660" y="180" as="geometry" />
        </mxCell>
        <mxCell id="MIcNWfqu2G7UR8mHNEVn-45" edge="1" parent="1" source="9Vli-bCbQJat1Q8ghpv_-21" style="edgeStyle=orthogonalEdgeStyle;rounded=0;orthogonalLoop=1;jettySize=auto;html=1;entryX=1;entryY=0.5;entryDx=0;entryDy=0;entryPerimeter=0;strokeColor=light-dark(#000000,#FFACAC);" target="9Vli-bCbQJat1Q8ghpv_-36">
          <mxGeometry relative="1" as="geometry">
            <Array as="points">
              <mxPoint x="450" y="770" />
              <mxPoint x="450" y="200" />
              <mxPoint x="145" y="200" />
            </Array>
          </mxGeometry>
        </mxCell>
        <mxCell id="MIcNWfqu2G7UR8mHNEVn-46" parent="1" style="text;html=1;whiteSpace=wrap;strokeColor=none;fillColor=none;align=center;verticalAlign=middle;rounded=0;" value="10.121.123.147" vertex="1">
          <mxGeometry height="30" width="60" x="751" y="180" as="geometry" />
        </mxCell>
        <mxCell id="MIcNWfqu2G7UR8mHNEVn-47" edge="1" parent="1" source="pDRP3hoOsNH6IqBBJrl4-15" style="edgeStyle=orthogonalEdgeStyle;rounded=0;orthogonalLoop=1;jettySize=auto;html=1;exitX=0.75;exitY=0;exitDx=0;exitDy=0;entryX=0.8;entryY=0.461;entryDx=0;entryDy=0;entryPerimeter=0;" target="pDRP3hoOsNH6IqBBJrl4-15">
          <mxGeometry relative="1" as="geometry" />
        </mxCell>
        <mxCell id="MIcNWfqu2G7UR8mHNEVn-48" edge="1" parent="1" source="MIcNWfqu2G7UR8mHNEVn-15" style="endArrow=classic;html=1;rounded=0;entryX=0.317;entryY=0.167;entryDx=0;entryDy=0;fillColor=#d80073;strokeColor=#A50040;exitX=0.75;exitY=1;exitDx=0;exitDy=0;entryPerimeter=0;" target="MIcNWfqu2G7UR8mHNEVn-27" value="">
          <mxGeometry height="50" relative="1" width="50" as="geometry">
            <mxPoint x="720" y="320" as="sourcePoint" />
            <mxPoint x="835" y="395" as="targetPoint" />
          </mxGeometry>
        </mxCell>
        <mxCell id="MIcNWfqu2G7UR8mHNEVn-49" edge="1" parent="1" style="endArrow=classic;html=1;rounded=0;entryX=0.625;entryY=0.2;entryDx=0;entryDy=0;entryPerimeter=0;fillColor=#d80073;strokeColor=#A50040;" target="MIcNWfqu2G7UR8mHNEVn-27" value="">
          <mxGeometry height="50" relative="1" width="50" as="geometry">
            <mxPoint x="788" y="320" as="sourcePoint" />
            <mxPoint x="818" y="397" as="targetPoint" />
          </mxGeometry>
        </mxCell>
        <mxCell id="MIcNWfqu2G7UR8mHNEVn-52" parent="1" style="text;html=1;whiteSpace=wrap;strokeColor=none;fillColor=none;align=center;verticalAlign=middle;rounded=0;rotation=-30;fontColor=light-dark(#000000,#51AFE7);" value="VNC" vertex="1">
          <mxGeometry height="30" width="60" x="565.0007621135331" y="395.00038105676657" as="geometry" />
        </mxCell>
        <mxCell id="MIcNWfqu2G7UR8mHNEVn-54" parent="1" style="text;html=1;whiteSpace=wrap;strokeColor=none;fillColor=none;align=center;verticalAlign=middle;rounded=0;" value="10.121.123.80" vertex="1">
          <mxGeometry height="30" width="60" x="660" y="260" as="geometry" />
        </mxCell>
        <mxCell id="MIcNWfqu2G7UR8mHNEVn-55" parent="1" style="text;html=1;whiteSpace=wrap;strokeColor=none;fillColor=none;align=center;verticalAlign=middle;rounded=0;" value="10.121.123.145" vertex="1">
          <mxGeometry height="30" width="60" x="745" y="260" as="geometry" />
        </mxCell>
        <mxCell id="MIcNWfqu2G7UR8mHNEVn-56" edge="1" parent="1" source="MIcNWfqu2G7UR8mHNEVn-26" style="endArrow=classic;html=1;rounded=0;entryX=0.5;entryY=1;entryDx=0;entryDy=0;exitX=0.4;exitY=0.1;exitDx=0;exitDy=0;exitPerimeter=0;fillColor=#60a917;strokeColor=#2D7600;" target="MIcNWfqu2G7UR8mHNEVn-15" value="">
          <mxGeometry height="50" relative="1" width="50" as="geometry">
            <mxPoint x="685" y="485" as="sourcePoint" />
            <mxPoint x="675" y="320" as="targetPoint" />
          </mxGeometry>
        </mxCell>
        <mxCell id="MIcNWfqu2G7UR8mHNEVn-57" edge="1" parent="1" style="endArrow=classic;html=1;rounded=0;exitX=0.4;exitY=0.1;exitDx=0;exitDy=0;exitPerimeter=0;entryX=0.25;entryY=1;entryDx=0;entryDy=0;fillColor=#60a917;strokeColor=#2D7600;" target="MIcNWfqu2G7UR8mHNEVn-14" value="">
          <mxGeometry height="50" relative="1" width="50" as="geometry">
            <mxPoint x="634" y="528" as="sourcePoint" />
            <mxPoint x="706" y="375" as="targetPoint" />
          </mxGeometry>
        </mxCell>
        <mxCell id="MIcNWfqu2G7UR8mHNEVn-58" parent="1" style="text;html=1;whiteSpace=wrap;strokeColor=none;fillColor=none;align=center;verticalAlign=middle;rounded=0;rotation=-60;fontColor=light-dark(#000000,#669C35);" value="UDP" vertex="1">
          <mxGeometry height="30" width="60" x="609.997592753806" y="470.00317708396716" as="geometry" />
        </mxCell>
        <mxCell id="MIcNWfqu2G7UR8mHNEVn-61" parent="1" style="text;html=1;whiteSpace=wrap;strokeColor=none;fillColor=none;align=center;verticalAlign=middle;rounded=0;rotation=0;fontColor=light-dark(#000000,#AA7942);" value="HTTP" vertex="1">
          <mxGeometry height="30" width="60" x="440.00006046520986" y="1030.0034587474115" as="geometry" />
        </mxCell>
        <mxCell id="MIcNWfqu2G7UR8mHNEVn-63" edge="1" parent="1" source="MIcNWfqu2G7UR8mHNEVn-5" style="edgeStyle=orthogonalEdgeStyle;rounded=0;orthogonalLoop=1;jettySize=auto;html=1;entryX=0.608;entryY=1;entryDx=0;entryDy=0;entryPerimeter=0;curved=0;startArrow=classic;startFill=1;endArrow=none;endFill=0;strokeColor=light-dark(#000000,#FFA9E0);" target="MIcNWfqu2G7UR8mHNEVn-27" value="">
          <mxGeometry relative="1" as="geometry">
            <Array as="points">
              <mxPoint x="430" y="1020" />
              <mxPoint x="430" y="920" />
              <mxPoint x="764" y="920" />
              <mxPoint x="764" y="500" />
            </Array>
            <mxPoint x="360" y="1020" as="sourcePoint" />
            <mxPoint x="764" y="497" as="targetPoint" />
          </mxGeometry>
        </mxCell>
        <mxCell id="MIcNWfqu2G7UR8mHNEVn-62" parent="1" style="text;html=1;whiteSpace=wrap;strokeColor=none;fillColor=none;align=center;verticalAlign=middle;rounded=0;fontColor=light-dark(#000000,#FFA9E0);" value="Multicast Группа 224.1.1.224:6000" vertex="1">
          <mxGeometry height="30" width="60" x="715" y="650" as="geometry" />
        </mxCell>
        <mxCell id="MIcNWfqu2G7UR8mHNEVn-64" parent="1" style="text;html=1;whiteSpace=wrap;strokeColor=none;fillColor=none;align=center;verticalAlign=middle;rounded=0;fontColor=light-dark(#000000,#4A890C);" value="Multicast Группа 224.1.1.225:5000" vertex="1">
          <mxGeometry height="30" width="60" x="608" y="610" as="geometry" />
        </mxCell>
        <mxCell id="MIcNWfqu2G7UR8mHNEVn-71" edge="1" parent="1" style="endArrow=none;html=1;rounded=0;entryX=1;entryY=0.174;entryDx=0;entryDy=0;entryPerimeter=0;" value="">
          <mxGeometry height="50" relative="1" width="50" as="geometry">
            <mxPoint x="239" y="665" as="sourcePoint" />
            <mxPoint x="407" y="664" as="targetPoint" />
          </mxGeometry>
        </mxCell>
        <mxCell id="MIcNWfqu2G7UR8mHNEVn-75" edge="1" parent="1" style="edgeStyle=orthogonalEdgeStyle;rounded=0;orthogonalLoop=1;jettySize=auto;html=1;entryX=0.5;entryY=0;entryDx=0;entryDy=0;curved=1;strokeColor=light-dark(#000000,#0000FF);strokeWidth=3;" target="MIcNWfqu2G7UR8mHNEVn-36">
          <mxGeometry relative="1" as="geometry">
            <Array as="points">
              <mxPoint x="282" y="630" />
              <mxPoint x="550" y="630" />
              <mxPoint x="550" y="790" />
              <mxPoint x="590" y="790" />
            </Array>
            <mxPoint x="282.5" y="695" as="sourcePoint" />
            <mxPoint x="293.5" y="616" as="targetPoint" />
          </mxGeometry>
        </mxCell>
        <mxCell id="MIcNWfqu2G7UR8mHNEVn-73" parent="1" style="rounded=0;whiteSpace=wrap;html=1;fillColor=light-dark(#FFFFFF,#0000FF);" value="Backups schedler" vertex="1">
          <mxGeometry height="20" width="170" x="238" y="640" as="geometry" />
        </mxCell>
      </root>
    </mxGraphModel>
  </diagram>
</mxfile>
